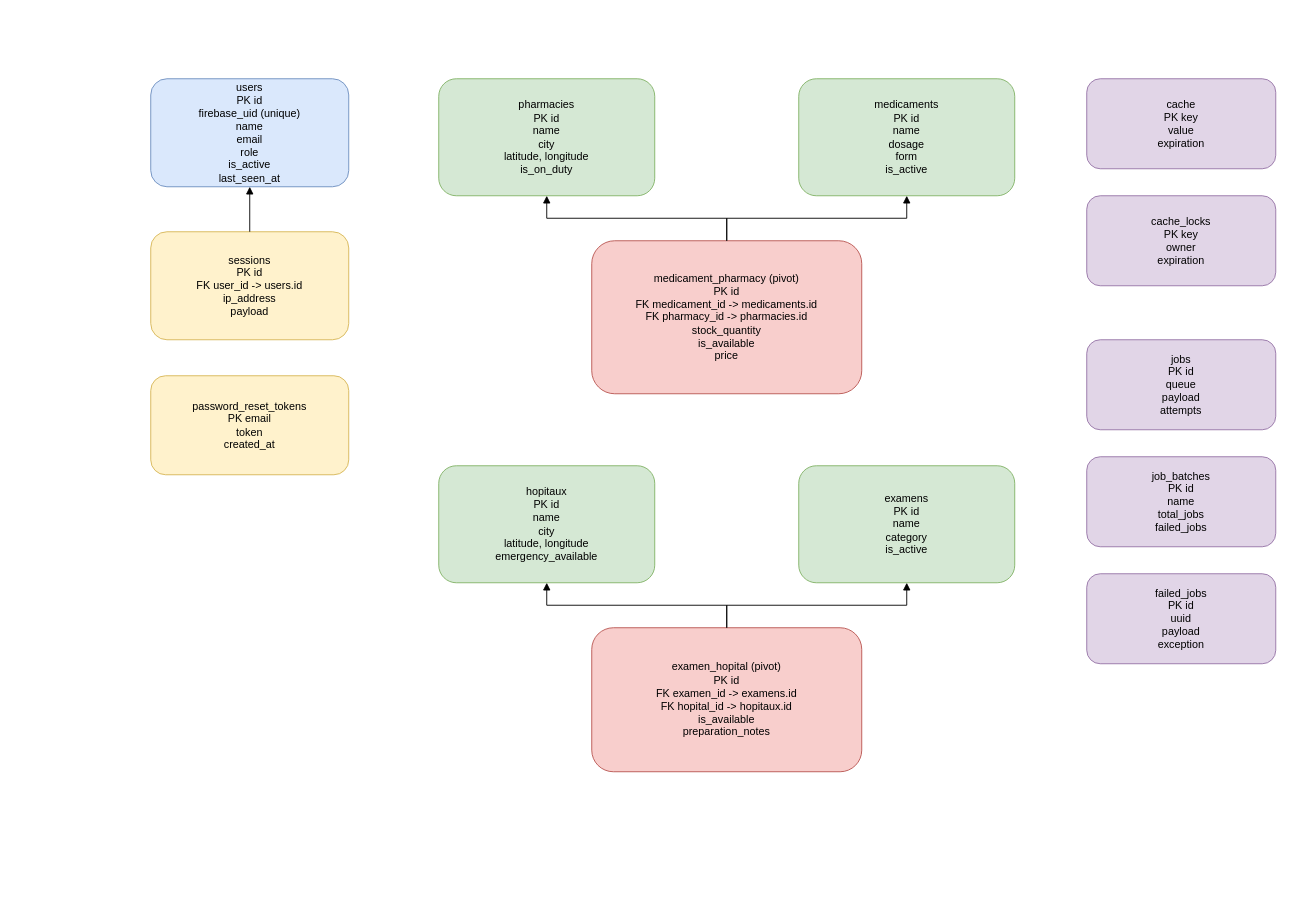
SUDOROOTc/PROJET_API_SERVICE_MEDICALE_PHARMACEUTIQUE keeps this draw.io diagram as API_PHARMACIE/docs/database_relations.drawio. Above is the earlier version. Source tidied: cells renumbered, new cells numbered last; positions are measured from the earlier drawing's top-left corner, leaving out a move shared by most shapes. Both pictures are drawn from the tidied source at 90%, with x=0, y=0 at pixel (150, 78).
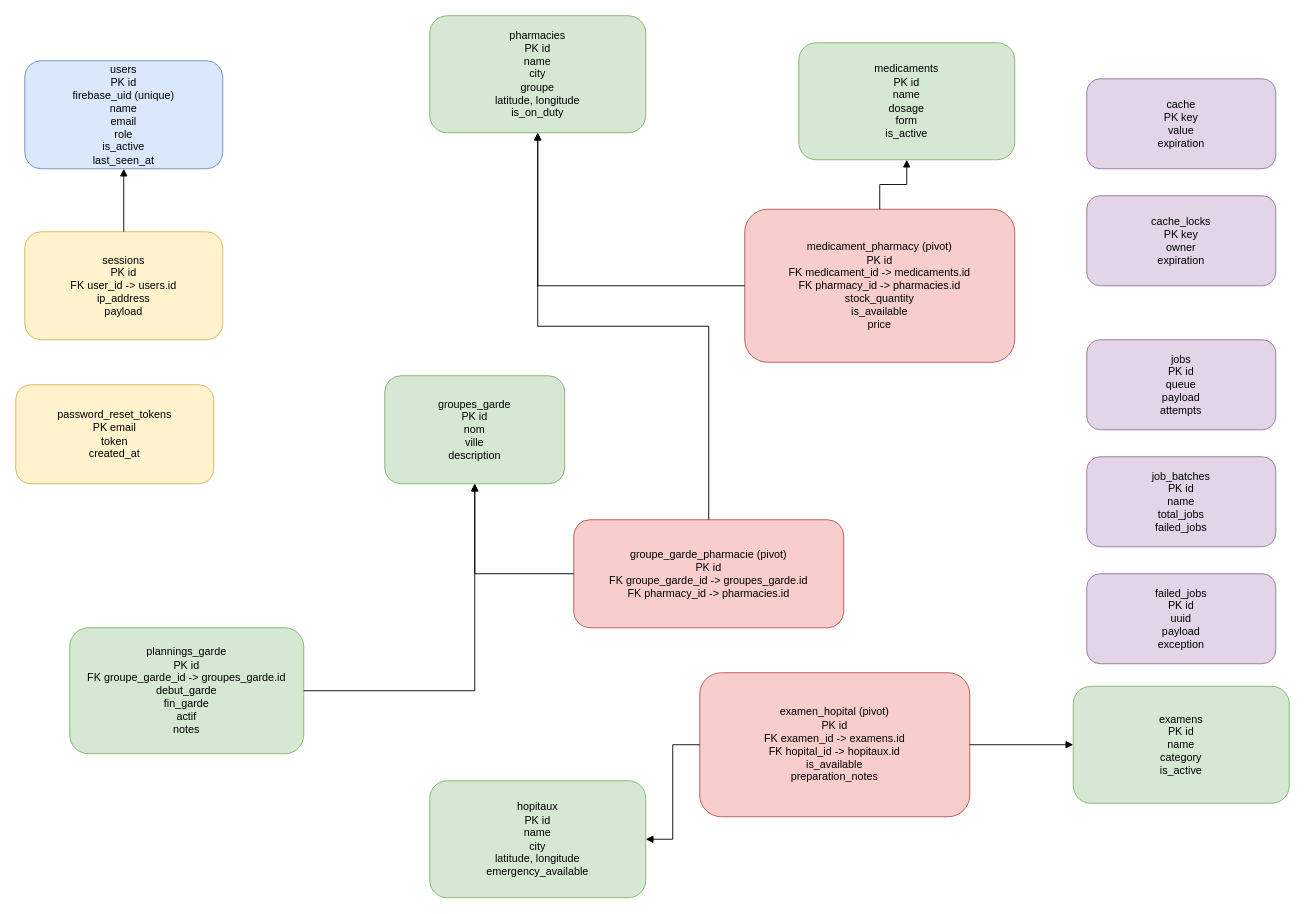
The same diagram, later.

Change to the diagram source:
```diff
@@
     <mxCell id="2" value="users&#10;PK id&#10;firebase_uid (unique)&#10;name&#10;email&#10;role&#10;is_active&#10;last_seen_at" style="rounded=1;whiteSpace=wrap;html=1;fillColor=#dae8fc;strokeColor=#6c8ebf;" parent="1" vertex="1">
-      <mxGeometry width="220" height="120" as="geometry" />
+      <mxGeometry x="-140" y="-20" width="220" height="120" as="geometry" />
     </mxCell>
     <mxCell id="3" value="sessions&#10;PK id&#10;FK user_id -&gt; users.id&#10;ip_address&#10;payload" style="rounded=1;whiteSpace=wrap;html=1;fillColor=#fff2cc;strokeColor=#d6b656;" parent="1" vertex="1">
-      <mxGeometry y="170" width="220" height="120" as="geometry" />
+      <mxGeometry x="-140" y="170" width="220" height="120" as="geometry" />
     </mxCell>
     <mxCell id="4" value="password_reset_tokens&#10;PK email&#10;token&#10;created_at" style="rounded=1;whiteSpace=wrap;html=1;fillColor=#fff2cc;strokeColor=#d6b656;" parent="1" vertex="1">
-      <mxGeometry y="330" width="220" height="110" as="geometry" />
+      <mxGeometry x="-150" y="340" width="220" height="110" as="geometry" />
     </mxCell>
-    <mxCell id="5" value="pharmacies&#10;PK id&#10;name&#10;city&#10;latitude, longitude&#10;is_on_duty" style="rounded=1;whiteSpace=wrap;html=1;fillColor=#d5e8d4;strokeColor=#82b366;" parent="1" vertex="1">
-      <mxGeometry x="320" width="240" height="130" as="geometry" />
+    <mxCell id="5" value="pharmacies&#10;PK id&#10;name&#10;city&#10;groupe&#10;latitude, longitude&#10;is_on_duty" style="rounded=1;whiteSpace=wrap;html=1;fillColor=#d5e8d4;strokeColor=#82b366;" parent="1" vertex="1">
+      <mxGeometry x="310" y="-70" width="240" height="130" as="geometry" />
     </mxCell>
     <mxCell id="6" value="medicaments&#10;PK id&#10;name&#10;dosage&#10;form&#10;is_active" style="rounded=1;whiteSpace=wrap;html=1;fillColor=#d5e8d4;strokeColor=#82b366;" parent="1" vertex="1">
-      <mxGeometry x="720" width="240" height="130" as="geometry" />
+      <mxGeometry x="720" y="-40" width="240" height="130" as="geometry" />
     </mxCell>
     <mxCell id="7" value="medicament_pharmacy (pivot)&#10;PK id&#10;FK medicament_id -&gt; medicaments.id&#10;FK pharmacy_id -&gt; pharmacies.id&#10;stock_quantity&#10;is_available&#10;price" style="rounded=1;whiteSpace=wrap;html=1;fillColor=#f8cecc;strokeColor=#b85450;" parent="1" vertex="1">
-      <mxGeometry x="490" y="180" width="300" height="170" as="geometry" />
+      <mxGeometry x="660" y="145" width="300" height="170" as="geometry" />
     </mxCell>
+    <mxCell id="21" value="groupes_garde&#10;PK id&#10;nom&#10;ville&#10;description" style="rounded=1;whiteSpace=wrap;html=1;fillColor=#d5e8d4;strokeColor=#82b366;" parent="1" vertex="1">
+      <mxGeometry x="260" y="330" width="200" height="120" as="geometry" />
+    </mxCell>
+    <mxCell id="22" value="groupe_garde_pharmacie (pivot)&#10;PK id&#10;FK groupe_garde_id -&gt; groupes_garde.id&#10;FK pharmacy_id -&gt; pharmacies.id" style="rounded=1;whiteSpace=wrap;html=1;fillColor=#f8cecc;strokeColor=#b85450;" parent="1" vertex="1">
+      <mxGeometry x="470" y="490" width="300" height="120" as="geometry" />
+    </mxCell>
+    <mxCell id="23" value="plannings_garde&#10;PK id&#10;FK groupe_garde_id -&gt; groupes_garde.id&#10;debut_garde&#10;fin_garde&#10;actif&#10;notes" style="rounded=1;whiteSpace=wrap;html=1;fillColor=#d5e8d4;strokeColor=#82b366;" parent="1" vertex="1">
+      <mxGeometry x="-90" y="610" width="260" height="140" as="geometry" />
+    </mxCell>
     <mxCell id="8" value="hopitaux&#10;PK id&#10;name&#10;city&#10;latitude, longitude&#10;emergency_available" style="rounded=1;whiteSpace=wrap;html=1;fillColor=#d5e8d4;strokeColor=#82b366;" parent="1" vertex="1">
-      <mxGeometry x="320" y="430" width="240" height="130" as="geometry" />
+      <mxGeometry x="310" y="780" width="240" height="130" as="geometry" />
     </mxCell>
     <mxCell id="9" value="examens&#10;PK id&#10;name&#10;category&#10;is_active" style="rounded=1;whiteSpace=wrap;html=1;fillColor=#d5e8d4;strokeColor=#82b366;" parent="1" vertex="1">
-      <mxGeometry x="720" y="430" width="240" height="130" as="geometry" />
+      <mxGeometry x="1025" y="675" width="240" height="130" as="geometry" />
     </mxCell>
     <mxCell id="10" value="examen_hopital (pivot)&#10;PK id&#10;FK examen_id -&gt; examens.id&#10;FK hopital_id -&gt; hopitaux.id&#10;is_available&#10;preparation_notes" style="rounded=1;whiteSpace=wrap;html=1;fillColor=#f8cecc;strokeColor=#b85450;" parent="1" vertex="1">
-      <mxGeometry x="490" y="610" width="300" height="160" as="geometry" />
+      <mxGeometry x="610" y="660" width="300" height="160" as="geometry" />
     </mxCell>
@@
+    <mxCell id="24" style="edgeStyle=orthogonalEdgeStyle;rounded=0;jettySize=auto;html=1;endArrow=block;endFill=1;" parent="1" edge="1" source="22" target="21">
+      <mxGeometry relative="1" as="geometry" />
+    </mxCell>
+    <mxCell id="25" style="edgeStyle=orthogonalEdgeStyle;rounded=0;jettySize=auto;html=1;endArrow=block;endFill=1;" parent="1" edge="1" source="22" target="5">
+      <mxGeometry relative="1" as="geometry" />
+    </mxCell>
+    <mxCell id="26" style="edgeStyle=orthogonalEdgeStyle;rounded=0;jettySize=auto;html=1;endArrow=block;endFill=1;" parent="1" edge="1" source="23" target="21">
+      <mxGeometry relative="1" as="geometry" />
+    </mxCell>
```
